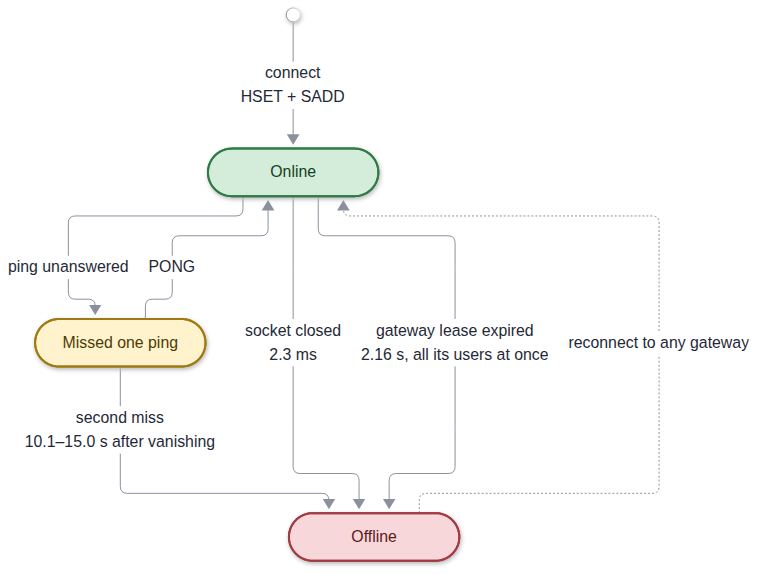
Before: markdown/system-design-interview/assets/009/04-states.png, a diagram exported from Mermaid (haraGADygyl/medium-python-articles). Its source is kept beside it as markdown/system-design-interview/assets/009/04-states.mmd. The source it was exported from:
```mermaid
%%{init: {"theme": "base", "themeVariables": {"fontSize": "16px", "edgeLabelBackground": "#ffffff", "lineColor": "#8a919c", "primaryTextColor": "#1f2937", "primaryColor": "#ffffff", "primaryBorderColor": "#8a919c"}, "flowchart": {"curve": "basis", "wrappingWidth": 400, "rankSpacing": 55, "nodeSpacing": 40}}}%%
flowchart TB
    start@{ shape: sm-circ }
    start -- "connect<br/>HSET + SADD" --> online(["Online"])
    online -- "ping unanswered" --> missed(["Missed one ping"])
    missed -- "PONG" --> online
    missed -- "second miss<br/>10.1–15.0 s after vanishing" --> offline(["Offline"])
    online -- "socket closed<br/>2.3 ms" --> offline
    online -- "gateway lease expired<br/>2.16 s, all its users at once" --> offline
    offline -. "reconnect to any gateway" .-> online
    classDef dot fill:#4b5563,stroke:#4b5563
    classDef up fill:#d4edda,stroke:#2f7a45,stroke-width:2px,color:#14401f
    classDef warn fill:#fff3cd,stroke:#a07a10,stroke-width:2px,color:#4d3a05
    classDef down fill:#f8d7da,stroke:#a33a43,stroke-width:2px,color:#5c1a20
    class start dot
    class online up
    class missed warn
    class offline down
    style start fill:#4b5563,stroke:#4b5563
```
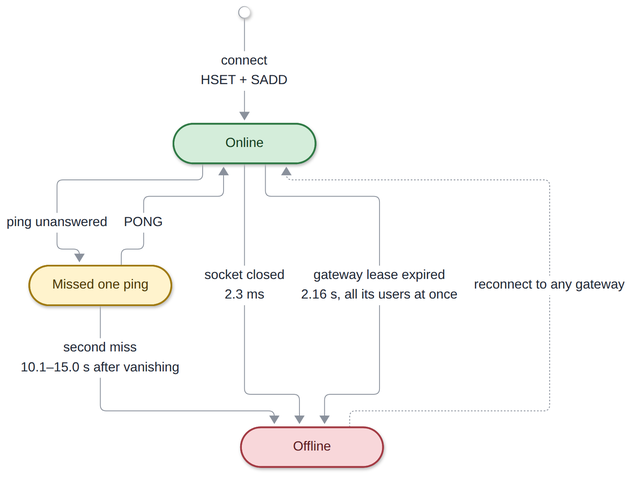
The same diagram one commit later.

Commit message:
feat: house Mermaid theme for system-design-interview diagrams, restyle 009

Change to the diagram source:
```diff
@@ -1,4 +1,3 @@
-%%{init: {"theme": "base", "themeVariables": {"fontSize": "16px", "edgeLabelBackground": "#ffffff", "lineColor": "#8a919c", "primaryTextColor": "#1f2937", "primaryColor": "#ffffff", "primaryBorderColor": "#8a919c"}, "flowchart": {"curve": "basis", "wrappingWidth": 400, "rankSpacing": 55, "nodeSpacing": 40}}}%%
 flowchart TB
     start@{ shape: sm-circ }
     start -- "connect<br/>HSET + SADD" --> online(["Online"])
@@ -8,12 +7,9 @@
     online -- "socket closed<br/>2.3 ms" --> offline
     online -- "gateway lease expired<br/>2.16 s, all its users at once" --> offline
     offline -. "reconnect to any gateway" .-> online
-    classDef dot fill:#4b5563,stroke:#4b5563
-    classDef up fill:#d4edda,stroke:#2f7a45,stroke-width:2px,color:#14401f
+    classDef ok fill:#d4edda,stroke:#2f7a45,stroke-width:2px,color:#14401f
     classDef warn fill:#fff3cd,stroke:#a07a10,stroke-width:2px,color:#4d3a05
-    classDef down fill:#f8d7da,stroke:#a33a43,stroke-width:2px,color:#5c1a20
-    class start dot
-    class online up
+    classDef bad fill:#f8d7da,stroke:#a33a43,stroke-width:2px,color:#5c1a20
+    class online ok
     class missed warn
-    class offline down
-    style start fill:#4b5563,stroke:#4b5563
+    class offline bad
```
